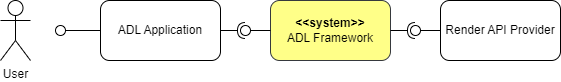
This is SystemBoundary.drawio.png from phunm211/SW-Associate-Architecture, a draw.io export, as it was before one commit. Source tidied: cells renumbered, new cells last; positions are measured from the earlier drawing's top-left corner, leaving out a move shared by most shapes. Source of this version:
```xml
<mxGraphModel>
  <root>
    <mxCell id="0" />
    <mxCell id="1" parent="0" />
    <mxCell id="2" value="User" style="shape=umlActor;verticalLabelPosition=bottom;verticalAlign=top;html=1;" parent="1" vertex="1">
      <mxGeometry width="30" height="60" as="geometry" />
    </mxCell>
    <mxCell id="3" value="ADL Application" style="rounded=1;whiteSpace=wrap;html=1;" parent="1" vertex="1">
      <mxGeometry x="100" width="120" height="60" as="geometry" />
    </mxCell>
    <mxCell id="4" value="&lt;b&gt;&amp;lt;&amp;lt;system&amp;gt;&amp;gt;&lt;/b&gt;&lt;br&gt;ADL Framework" style="rounded=1;whiteSpace=wrap;html=1;fillColor=#ffff88;strokeColor=#36393d;" parent="1" vertex="1">
      <mxGeometry x="270" width="120" height="60" as="geometry" />
    </mxCell>
    <mxCell id="5" style="rounded=0;jettySize=auto;html=1;endArrow=oval;endFill=0;sketch=0;sourcePerimeterSpacing=0;targetPerimeterSpacing=0;endSize=10;" parent="1" edge="1" source="3" target="6">
      <mxGeometry relative="1" as="geometry" />
    </mxCell>
    <mxCell id="6" style="ellipse;whiteSpace=wrap;html=1;align=center;fillColor=none;strokeColor=none;perimeter=centerPerimeter;points=[];outlineConnect=1;" parent="1" vertex="1">
      <mxGeometry x="55" y="25" width="10" height="10" as="geometry" />
    </mxCell>
    <mxCell id="7" style="rounded=0;jettySize=auto;html=1;endArrow=halfCircle;endFill=0;endSize=6;strokeWidth=1;sketch=0;exitX=1;exitY=0.5;exitDx=0;exitDy=0;entryX=0.404;entryY=0.284;entryDx=0;entryDy=0;entryPerimeter=0;" parent="1" edge="1" source="3" target="9">
      <mxGeometry relative="1" as="geometry" />
    </mxCell>
    <mxCell id="8" style="rounded=0;jettySize=auto;html=1;endArrow=oval;endFill=0;sketch=0;sourcePerimeterSpacing=0;targetPerimeterSpacing=0;endSize=10;" parent="1" edge="1" target="9">
      <mxGeometry relative="1" as="geometry">
        <mxPoint x="270" y="30" as="sourcePoint" />
      </mxGeometry>
    </mxCell>
    <mxCell id="9" style="ellipse;whiteSpace=wrap;html=1;align=center;fillColor=none;strokeColor=none;perimeter=centerPerimeter;points=[];outlineConnect=1;" parent="1" vertex="1">
      <mxGeometry x="240" y="25" width="10" height="10" as="geometry" />
    </mxCell>
    <mxCell id="10" value="Render API Provider" style="rounded=1;whiteSpace=wrap;html=1;" parent="1" vertex="1">
      <mxGeometry x="440" width="120" height="60" as="geometry" />
    </mxCell>
    <mxCell id="11" style="rounded=0;jettySize=auto;html=1;endArrow=halfCircle;endFill=0;endSize=6;strokeWidth=1;sketch=0;exitX=1;exitY=0.5;exitDx=0;exitDy=0;" parent="1" edge="1" source="4" target="13">
      <mxGeometry relative="1" as="geometry" />
    </mxCell>
    <mxCell id="12" style="rounded=0;jettySize=auto;html=1;endArrow=oval;endFill=0;sketch=0;sourcePerimeterSpacing=0;targetPerimeterSpacing=0;endSize=10;exitX=0;exitY=0.5;exitDx=0;exitDy=0;" parent="1" edge="1" source="10" target="13">
      <mxGeometry relative="1" as="geometry" />
    </mxCell>
    <mxCell id="13" style="ellipse;whiteSpace=wrap;html=1;align=center;fillColor=none;strokeColor=none;perimeter=centerPerimeter;points=[];outlineConnect=1;" parent="1" vertex="1">
      <mxGeometry x="410" y="25" width="10" height="10" as="geometry" />
    </mxCell>
  </root>
</mxGraphModel>
```
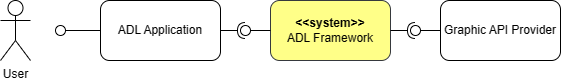
Above is the later version.

Diff of the diagram source:
```diff
@@ -28,7 +28,7 @@
     <mxCell id="9" style="ellipse;whiteSpace=wrap;html=1;align=center;fillColor=none;strokeColor=none;perimeter=centerPerimeter;points=[];outlineConnect=1;" parent="1" vertex="1">
       <mxGeometry x="240" y="25" width="10" height="10" as="geometry" />
     </mxCell>
-    <mxCell id="10" value="Render API Provider" style="rounded=1;whiteSpace=wrap;html=1;" parent="1" vertex="1">
+    <mxCell id="10" value="Graphic API Provider" style="rounded=1;whiteSpace=wrap;html=1;" parent="1" vertex="1">
       <mxGeometry x="440" width="120" height="60" as="geometry" />
     </mxCell>
     <mxCell id="11" style="rounded=0;jettySize=auto;html=1;endArrow=halfCircle;endFill=0;endSize=6;strokeWidth=1;sketch=0;exitX=1;exitY=0.5;exitDx=0;exitDy=0;" parent="1" edge="1" source="4" target="13">
```
